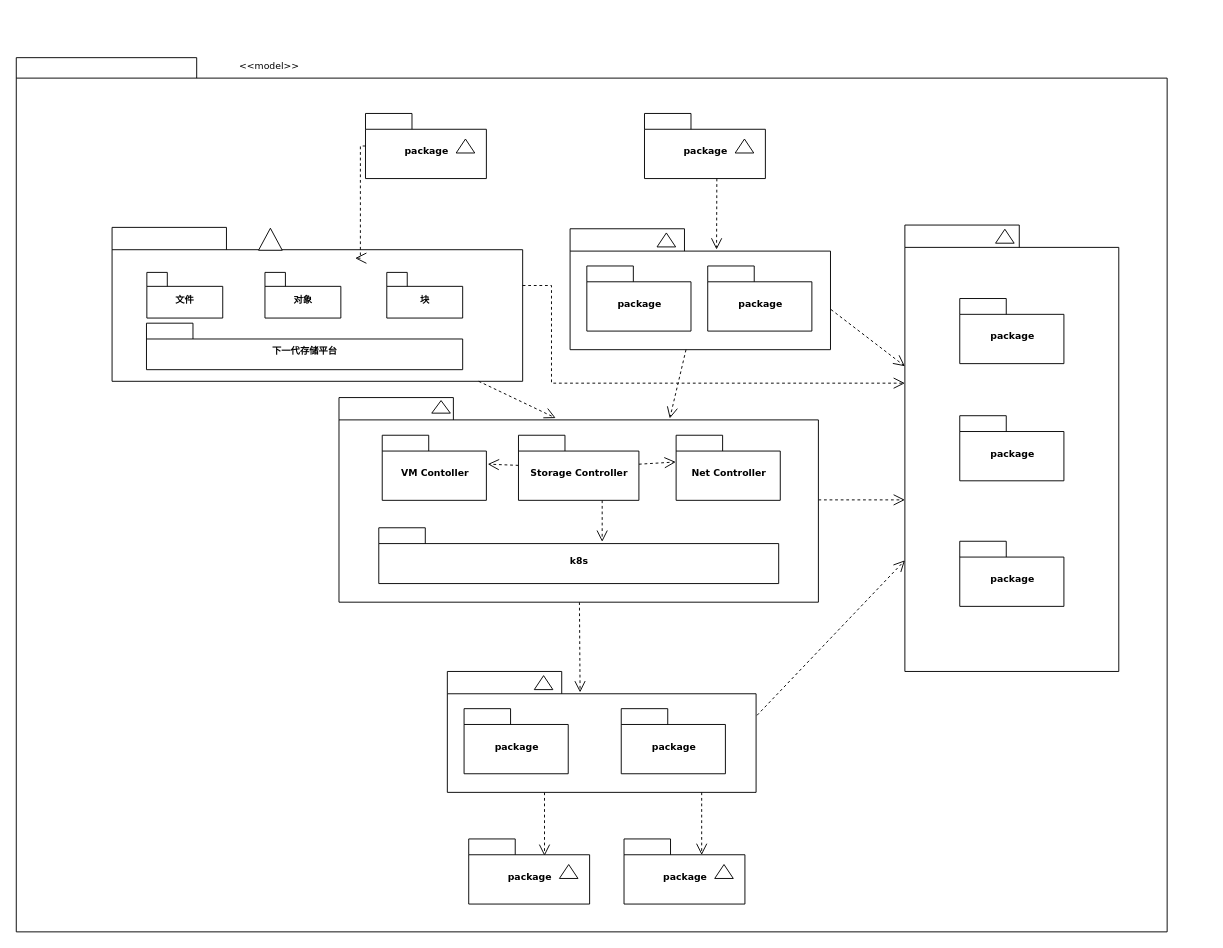
Above: Untitled Diagram.drawio in superleo/book (draw.io), before the change. Source tidied: cells renumbered, new cells numbered last; positions are measured from the earlier drawing's top-left corner, leaving out a move shared by most shapes. Both pictures are drawn from the tidied source at 93%, with x=0, y=0 at pixel (16, 57).
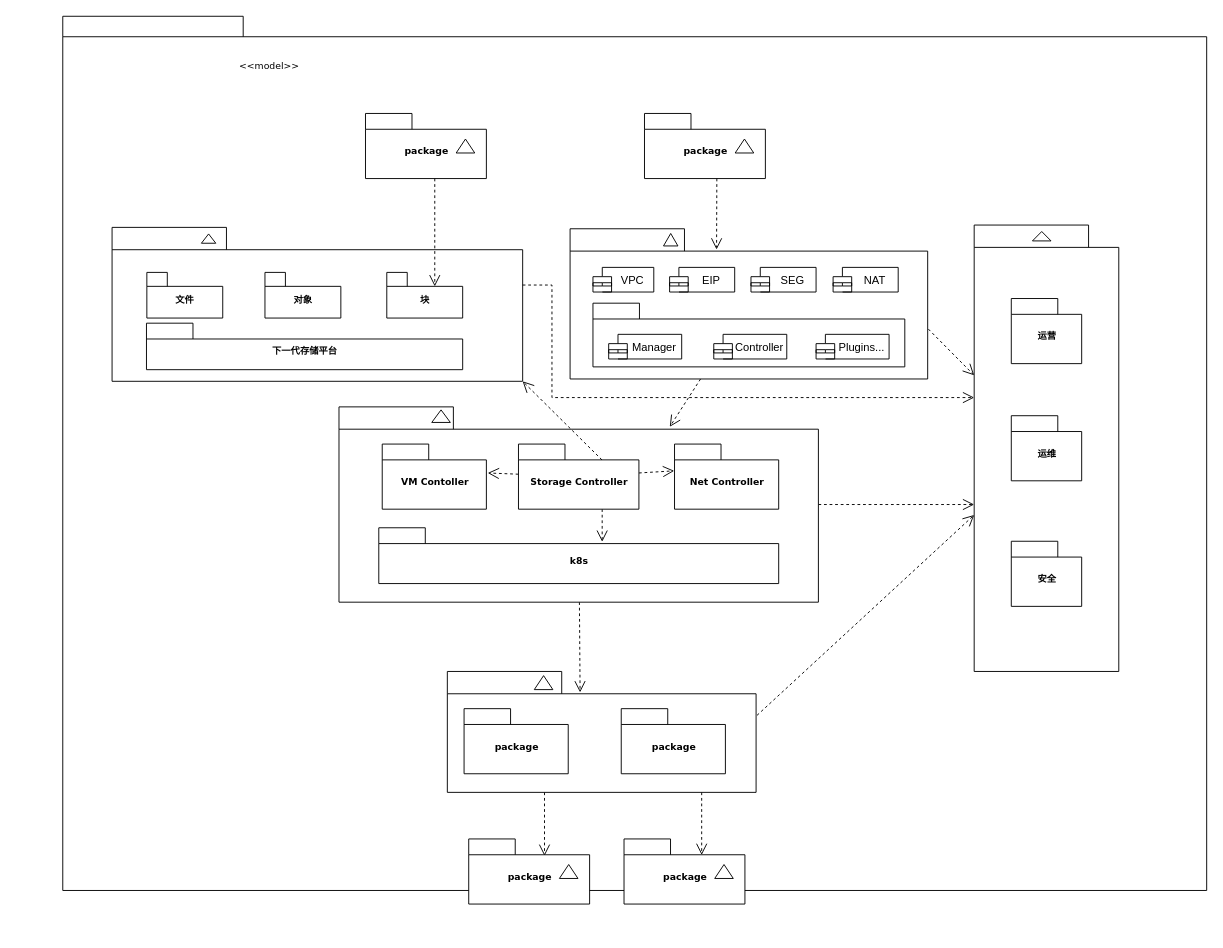
Above is the later version.

Unchanged cells that the change refers to:
```xml
<mxCell id="4" value="package" style="shape=folder;fontStyle=1;spacingTop=10;tabWidth=50;tabHeight=17;tabPosition=left;html=1;rounded=0;shadow=0;comic=0;labelBackgroundColor=none;strokeWidth=1;fontFamily=Verdana;fontSize=10;align=center;" parent="3" vertex="1">
  <mxGeometry width="130" height="70" as="geometry" />
</mxCell>
<mxCell id="9" style="group;" parent="1" vertex="1">
  <mxGeometry x="110" y="180.5" width="441.5" height="165.5" as="geometry" />
</mxCell>
<mxCell id="10" style="shape=folder;fontStyle=1;spacingTop=10;tabWidth=123;tabHeight=24;tabPosition=left;html=1;rounded=0;shadow=0;comic=0;labelBackgroundColor=none;strokeWidth=1;fontFamily=Verdana;fontSize=10;align=center;" parent="9" vertex="1">
  <mxGeometry x="-7" y="2.5" width="441.5" height="165.5" as="geometry" />
</mxCell>
<mxCell id="15" value="块" style="shape=folder;fontStyle=1;spacingTop=10;tabWidth=22;tabHeight=15;tabPosition=left;html=1;rounded=0;shadow=0;comic=0;labelBackgroundColor=none;strokeWidth=1;fontFamily=Verdana;fontSize=10;align=center;" parent="9" vertex="1">
  <mxGeometry x="288.4" y="50.9" width="81.6" height="49.1" as="geometry" />
</mxCell>
```

Diff of the diagram source:
```diff
@@
     <mxCell id="2" style="shape=folder;fontStyle=1;spacingTop=10;tabWidth=194;tabHeight=22;tabPosition=left;html=1;rounded=0;shadow=0;comic=0;labelBackgroundColor=none;strokeWidth=1;fillColor=none;fontFamily=Verdana;fontSize=10;align=center;" parent="1" vertex="1">
-      <mxGeometry y="0.5" width="1237.5" height="940" as="geometry" />
+      <mxGeometry x="50" y="-44" width="1230" height="940" as="geometry" />
     </mxCell>
@@
     <mxCell id="11" style="triangle;whiteSpace=wrap;html=1;rounded=0;shadow=0;comic=0;labelBackgroundColor=none;strokeWidth=1;fontFamily=Verdana;fontSize=10;align=center;rotation=-90;" parent="9" vertex="1">
-      <mxGeometry x="151.4" y="2.5" width="23.7" height="25.5" as="geometry" />
+      <mxGeometry x="91.8" y="6.8" width="10" height="15.5" as="geometry" />
     </mxCell>
@@
     <mxCell id="16" style="group;" parent="1" vertex="1">
-      <mxGeometry x="595.5" y="184.5" width="280" height="130" as="geometry" />
+      <mxGeometry x="595.5" y="184.5" width="384.5" height="163.5" as="geometry" />
     </mxCell>
     <mxCell id="17" style="shape=folder;fontStyle=1;spacingTop=10;tabWidth=123;tabHeight=24;tabPosition=left;html=1;rounded=0;shadow=0;comic=0;labelBackgroundColor=none;strokeWidth=1;fontFamily=Verdana;fontSize=10;align=center;" parent="16" vertex="1">
-      <mxGeometry width="280" height="130" as="geometry" />
+      <mxGeometry width="384.5" height="161.5" as="geometry" />
     </mxCell>
     <mxCell id="18" style="triangle;whiteSpace=wrap;html=1;rounded=0;shadow=0;comic=0;labelBackgroundColor=none;strokeWidth=1;fontFamily=Verdana;fontSize=10;align=center;rotation=-90;" parent="16" vertex="1">
-      <mxGeometry x="96" y="2" width="15" height="20" as="geometry" />
+      <mxGeometry x="101.5" y="4" width="13.4" height="15.5" as="geometry" />
     </mxCell>
-    <mxCell id="19" value="package" style="shape=folder;fontStyle=1;spacingTop=10;tabWidth=50;tabHeight=17;tabPosition=left;html=1;rounded=0;shadow=0;comic=0;labelBackgroundColor=none;strokeWidth=1;fontFamily=Verdana;fontSize=10;align=center;" parent="16" vertex="1">
-      <mxGeometry x="18" y="40" width="112" height="70" as="geometry" />
+    <mxCell id="19" style="shape=folder;fontStyle=1;spacingTop=10;tabWidth=50;tabHeight=17;tabPosition=left;html=1;rounded=0;shadow=0;comic=0;labelBackgroundColor=none;strokeWidth=1;fontFamily=Verdana;fontSize=10;align=center;" parent="16" vertex="1">
+      <mxGeometry x="24.6" y="80" width="335.3" height="68.5" as="geometry" />
     </mxCell>
-    <mxCell id="20" value="package" style="shape=folder;fontStyle=1;spacingTop=10;tabWidth=50;tabHeight=17;tabPosition=left;html=1;rounded=0;shadow=0;comic=0;labelBackgroundColor=none;strokeWidth=1;fontFamily=Verdana;fontSize=10;align=center;" parent="16" vertex="1">
-      <mxGeometry x="148" y="40" width="112" height="70" as="geometry" />
-    </mxCell>
+    <mxCell id="59" value="Manager" style="shape=module;align=left;spacingLeft=20;align=center;verticalAlign=top;" parent="16" vertex="1">
+      <mxGeometry x="41.5" y="113.5" width="78.5" height="26.5" as="geometry" />
+    </mxCell>
+    <mxCell id="60" value="Controller" style="shape=module;align=left;spacingLeft=20;align=center;verticalAlign=top;" parent="16" vertex="1">
+      <mxGeometry x="154.5" y="113.5" width="78.5" height="26.5" as="geometry" />
+    </mxCell>
+    <mxCell id="61" value="Plugins..." style="shape=module;align=left;spacingLeft=20;align=center;verticalAlign=top;" parent="16" vertex="1">
+      <mxGeometry x="264.5" y="113.5" width="78.5" height="26.5" as="geometry" />
+    </mxCell>
+    <mxCell id="62" value="VPC" style="shape=module;align=left;spacingLeft=20;align=center;verticalAlign=top;" parent="16" vertex="1">
+      <mxGeometry x="24.6" y="41.5" width="65.4" height="26.5" as="geometry" />
+    </mxCell>
+    <mxCell id="63" value="EIP" style="shape=module;align=left;spacingLeft=20;align=center;verticalAlign=top;" parent="16" vertex="1">
+      <mxGeometry x="107" y="41.5" width="70" height="26.5" as="geometry" />
+    </mxCell>
+    <mxCell id="64" value="SEG" style="shape=module;align=left;spacingLeft=20;align=center;verticalAlign=top;" parent="16" vertex="1">
+      <mxGeometry x="194.5" y="41.5" width="70" height="26.5" as="geometry" />
+    </mxCell>
+    <mxCell id="65" value="NAT" style="shape=module;align=left;spacingLeft=20;align=center;verticalAlign=top;" parent="16" vertex="1">
+      <mxGeometry x="282.8" y="41.5" width="70" height="26.5" as="geometry" />
+    </mxCell>
     <mxCell id="21" style="group;" parent="1" vertex="1">
-      <mxGeometry x="955.5" y="180.5" width="230" height="480" as="geometry" />
+      <mxGeometry x="1030" y="180.5" width="155.5" height="480" as="geometry" />
     </mxCell>
     <mxCell id="22" style="group;" parent="21" vertex="1">
-      <mxGeometry width="230" height="480" as="geometry" />
+      <mxGeometry width="155.5" height="480" as="geometry" />
     </mxCell>
     <mxCell id="23" style="shape=folder;fontStyle=1;spacingTop=10;tabWidth=123;tabHeight=24;tabPosition=left;html=1;rounded=0;shadow=0;comic=0;labelBackgroundColor=none;strokeWidth=1;fontFamily=Verdana;fontSize=10;align=center;" parent="22" vertex="1">
-      <mxGeometry width="230" height="480" as="geometry" />
+      <mxGeometry width="155.5" height="480" as="geometry" />
     </mxCell>
     <mxCell id="24" style="triangle;whiteSpace=wrap;html=1;rounded=0;shadow=0;comic=0;labelBackgroundColor=none;strokeWidth=1;fontFamily=Verdana;fontSize=10;align=center;rotation=-90;" parent="22" vertex="1">
-      <mxGeometry x="100" y="2" width="15" height="20" as="geometry" />
+      <mxGeometry x="67.6" y="2" width="10.1" height="20" as="geometry" />
     </mxCell>
-    <mxCell id="25" value="package" style="shape=folder;fontStyle=1;spacingTop=10;tabWidth=50;tabHeight=17;tabPosition=left;html=1;rounded=0;shadow=0;comic=0;labelBackgroundColor=none;strokeWidth=1;fontFamily=Verdana;fontSize=10;align=center;" parent="22" vertex="1">
-      <mxGeometry x="59" y="79" width="112" height="70" as="geometry" />
+    <mxCell id="25" value="运营" style="shape=folder;fontStyle=1;spacingTop=10;tabWidth=50;tabHeight=17;tabPosition=left;html=1;rounded=0;shadow=0;comic=0;labelBackgroundColor=none;strokeWidth=1;fontFamily=Verdana;fontSize=10;align=center;" parent="22" vertex="1">
+      <mxGeometry x="39.9" y="79" width="75.7" height="70" as="geometry" />
     </mxCell>
-    <mxCell id="26" value="package" style="shape=folder;fontStyle=1;spacingTop=10;tabWidth=50;tabHeight=17;tabPosition=left;html=1;rounded=0;shadow=0;comic=0;labelBackgroundColor=none;strokeWidth=1;fontFamily=Verdana;fontSize=10;align=center;" parent="22" vertex="1">
-      <mxGeometry x="59" y="205" width="112" height="70" as="geometry" />
+    <mxCell id="26" value="运维" style="shape=folder;fontStyle=1;spacingTop=10;tabWidth=50;tabHeight=17;tabPosition=left;html=1;rounded=0;shadow=0;comic=0;labelBackgroundColor=none;strokeWidth=1;fontFamily=Verdana;fontSize=10;align=center;" parent="22" vertex="1">
+      <mxGeometry x="39.9" y="205" width="75.7" height="70" as="geometry" />
     </mxCell>
-    <mxCell id="27" value="package" style="shape=folder;fontStyle=1;spacingTop=10;tabWidth=50;tabHeight=17;tabPosition=left;html=1;rounded=0;shadow=0;comic=0;labelBackgroundColor=none;strokeWidth=1;fontFamily=Verdana;fontSize=10;align=center;" parent="22" vertex="1">
-      <mxGeometry x="59" y="340" width="112" height="70" as="geometry" />
+    <mxCell id="27" value="安全" style="shape=folder;fontStyle=1;spacingTop=10;tabWidth=50;tabHeight=17;tabPosition=left;html=1;rounded=0;shadow=0;comic=0;labelBackgroundColor=none;strokeWidth=1;fontFamily=Verdana;fontSize=10;align=center;" parent="22" vertex="1">
+      <mxGeometry x="39.9" y="340" width="75.7" height="70" as="geometry" />
     </mxCell>
@@
     <mxCell id="30" style="shape=folder;fontStyle=1;spacingTop=10;tabWidth=123;tabHeight=24;tabPosition=left;html=1;rounded=0;shadow=0;comic=0;labelBackgroundColor=none;strokeColor=#000000;strokeWidth=1;fillColor=#ffffff;fontFamily=Verdana;fontSize=10;fontColor=#000000;align=center;" parent="1" vertex="1">
-      <mxGeometry x="347" y="366" width="515.5" height="220" as="geometry" />
+      <mxGeometry x="347" y="376" width="515.5" height="210" as="geometry" />
     </mxCell>
@@
     <mxCell id="34" value="Storage Controller" style="shape=folder;fontStyle=1;spacingTop=10;tabWidth=50;tabHeight=17;tabPosition=left;html=1;rounded=0;shadow=0;comic=0;labelBackgroundColor=none;strokeColor=#000000;strokeWidth=1;fillColor=#ffffff;fontFamily=Verdana;fontSize=10;fontColor=#000000;align=center;" parent="1" vertex="1">
-      <mxGeometry x="540" y="406.5" width="129.5" height="70" as="geometry" />
+      <mxGeometry x="540" y="416" width="129.5" height="70" as="geometry" />
     </mxCell>
     <mxCell id="35" value="VM Contoller" style="shape=folder;fontStyle=1;spacingTop=10;tabWidth=50;tabHeight=17;tabPosition=left;html=1;rounded=0;shadow=0;comic=0;labelBackgroundColor=none;strokeColor=#000000;strokeWidth=1;fillColor=#ffffff;fontFamily=Verdana;fontSize=10;fontColor=#000000;align=center;" parent="1" vertex="1">
-      <mxGeometry x="393.5" y="406.5" width="112" height="70" as="geometry" />
+      <mxGeometry x="393.5" y="416" width="112" height="70" as="geometry" />
     </mxCell>
@@
     <mxCell id="37" value="Net Controller" style="shape=folder;fontStyle=1;spacingTop=10;tabWidth=50;tabHeight=17;tabPosition=left;html=1;rounded=0;shadow=0;comic=0;labelBackgroundColor=none;strokeColor=#000000;strokeWidth=1;fillColor=#ffffff;fontFamily=Verdana;fontSize=10;fontColor=#000000;align=center;" parent="1" vertex="1">
-      <mxGeometry x="709.5" y="406.5" width="112" height="70" as="geometry" />
+      <mxGeometry x="707.8" y="416" width="112" height="70" as="geometry" />
     </mxCell>
@@
     <mxCell id="45" style="triangle;whiteSpace=wrap;html=1;rounded=0;shadow=0;comic=0;labelBackgroundColor=none;strokeColor=#000000;strokeWidth=1;fillColor=#ffffff;fontFamily=Verdana;fontSize=10;fontColor=#000000;align=center;rotation=-90;" parent="1" vertex="1">
-      <mxGeometry x="450" y="366" width="13.5" height="20" as="geometry" />
+      <mxGeometry x="450" y="376" width="13.5" height="20" as="geometry" />
     </mxCell>
@@
-    <mxCell id="52" style="rounded=0;html=1;dashed=1;labelBackgroundColor=none;startFill=0;endArrow=open;endFill=0;endSize=10;fontFamily=Verdana;fontSize=10;entryX=0.592;entryY=0.2;entryPerimeter=0;edgeStyle=elbowEdgeStyle;" parent="1" edge="1" source="4" target="10">
+    <mxCell id="52" style="rounded=0;html=1;dashed=1;labelBackgroundColor=none;startFill=0;endArrow=open;endFill=0;endSize=10;fontFamily=Verdana;fontSize=10;entryX=0;entryY=0;entryPerimeter=0;edgeStyle=elbowEdgeStyle;entryDx=51.809999999999995;entryDy=15;" parent="1" edge="1" source="4" target="15">
       <mxGeometry relative="1" as="geometry" />
     </mxCell>
@@
-    <mxCell id="54" style="rounded=0;html=1;entryX=0.452;entryY=0.1;entryPerimeter=0;dashed=1;labelBackgroundColor=none;startFill=0;endArrow=open;endFill=0;endSize=10;fontFamily=Verdana;fontSize=10;" parent="1" edge="1" source="10" target="30">
+    <mxCell id="54" style="rounded=0;html=1;entryX=0;entryY=0;entryPerimeter=0;dashed=1;labelBackgroundColor=none;startFill=0;endArrow=open;endFill=0;endSize=10;fontFamily=Verdana;fontSize=10;exitX=0;exitY=0;exitDx=89.75;exitDy=17;exitPerimeter=0;entryDx=441.5;entryDy=165.49999999999997;" parent="1" edge="1" source="34" target="10">
       <mxGeometry relative="1" as="geometry" />
     </mxCell>
@@
     <mxCell id="57" style="edgeStyle=orthogonalEdgeStyle;rounded=0;html=1;dashed=1;labelBackgroundColor=none;startFill=0;endArrow=open;endFill=0;endSize=10;fontFamily=Verdana;fontSize=10;" parent="1" edge="1" source="10" target="23">
       <mxGeometry relative="1" as="geometry">
         <Array as="points">
-          <mxPoint x="575.5" y="245.5" />
-          <mxPoint x="575.5" y="350.5" />
+          <mxPoint x="576" y="245" />
+          <mxPoint x="576" y="366" />
         </Array>
       </mxGeometry>
     </mxCell>
```
